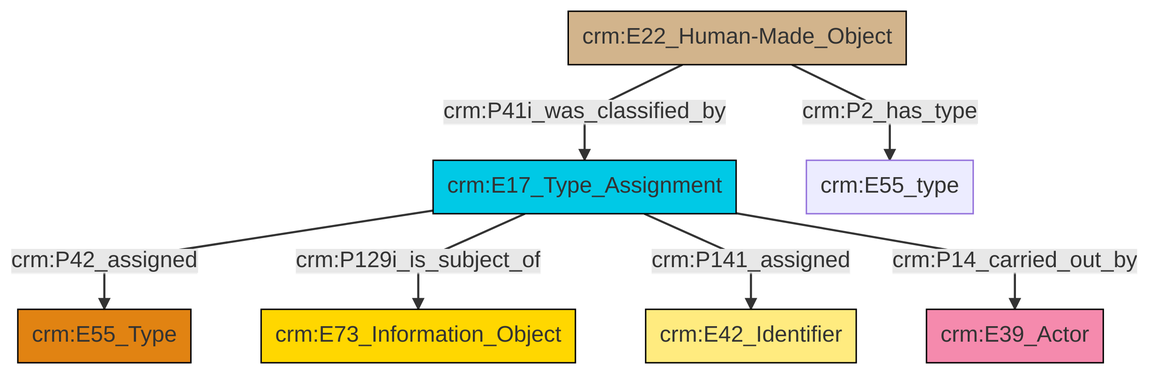
Before: et/builtWorkCSV/ttl/mmd/png/Built_Work_designation_status.png, a diagram exported from Mermaid (swiss-art-research-net/reference-data-models). Its source is kept beside it as et/builtWorkCSV/ttl/mmd/Built_Work_designation_status.ttl.mmd.
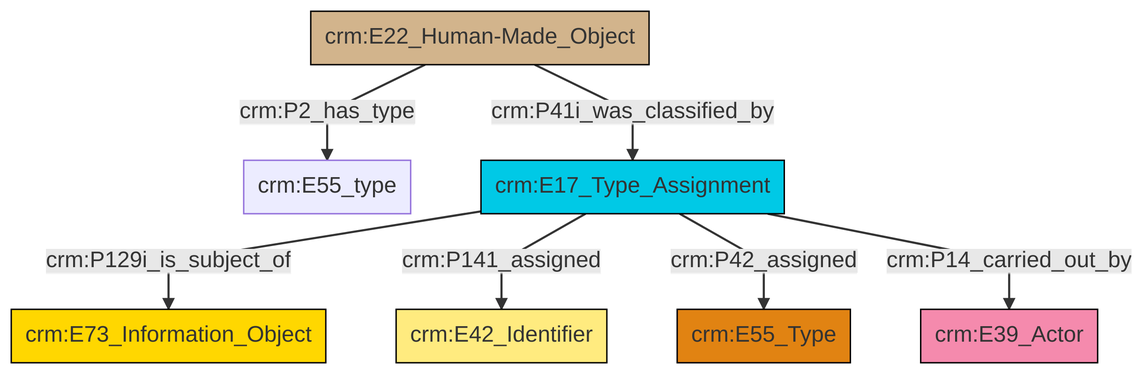
Above is the later version.

Change to the diagram source:
```diff
@@ -13,9 +13,9 @@
 classDef PC_Classes fill:#4ce600, stroke:#000000;
 classDef Multi fill:#cccccc,stroke:#000000;
 
-0["crm:E17_Type_Assignment"]:::Temporal_Entity -->|crm:P42_assigned| 1["crm:E55_Type"]:::Type
-2["crm:E22_Human-Made_Object"]:::Physical_Thing -->|crm:P41i_was_classified_by| 0["crm:E17_Type_Assignment"]:::Temporal_Entity
-0["crm:E17_Type_Assignment"]:::Temporal_Entity -->|crm:P129i_is_subject_of| 4["crm:E73_Information_Object"]:::Conceptual_Object
-0["crm:E17_Type_Assignment"]:::Temporal_Entity -->|crm:P141_assigned| 7["crm:E42_Identifier"]:::Appellation
-2["crm:E22_Human-Made_Object"]:::Physical_Thing -->|crm:P2_has_type| 9["crm:E55_type"]:::Default
-0["crm:E17_Type_Assignment"]:::Temporal_Entity -->|crm:P14_carried_out_by| 12["crm:E39_Actor"]:::Actor
+4["crm:E17_Type_Assignment"]:::Temporal_Entity -->|crm:P129i_is_subject_of| 5["crm:E73_Information_Object"]:::Conceptual_Object
+6["crm:E22_Human-Made_Object"]:::Physical_Thing -->|crm:P2_has_type| 0["crm:E55_type"]:::Default
+6["crm:E22_Human-Made_Object"]:::Physical_Thing -->|crm:P41i_was_classified_by| 4["crm:E17_Type_Assignment"]:::Temporal_Entity
+4["crm:E17_Type_Assignment"]:::Temporal_Entity -->|crm:P141_assigned| 11["crm:E42_Identifier"]:::Appellation
+4["crm:E17_Type_Assignment"]:::Temporal_Entity -->|crm:P42_assigned| 2["crm:E55_Type"]:::Type
+4["crm:E17_Type_Assignment"]:::Temporal_Entity -->|crm:P14_carried_out_by| 9["crm:E39_Actor"]:::Actor
```
